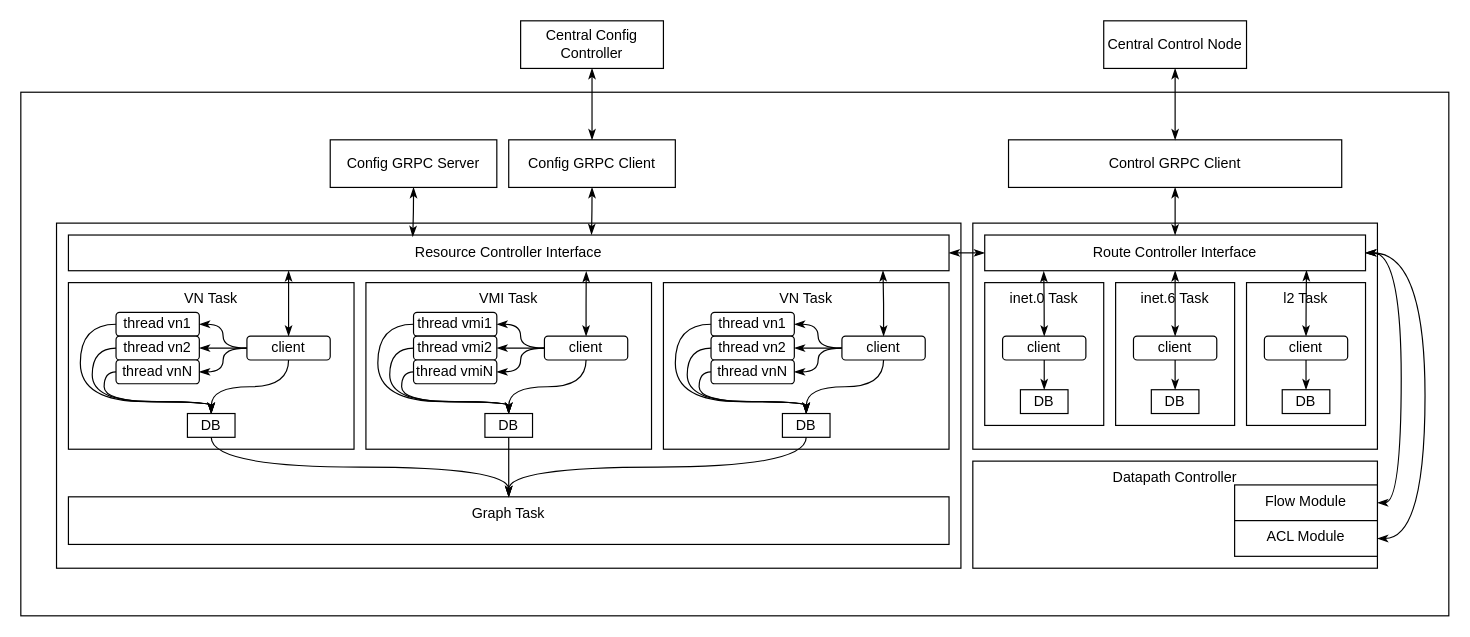
Above: Untitled Diagram.drawio in michaelhenkel/agent-ng (draw.io), before the change. Source tidied: cells renumbered, new cells numbered last; positions are measured from the earlier drawing's top-left corner, leaving out a move shared by most shapes. Both pictures are drawn from the tidied source at 119%, with x=0, y=0 at pixel (20, 20).
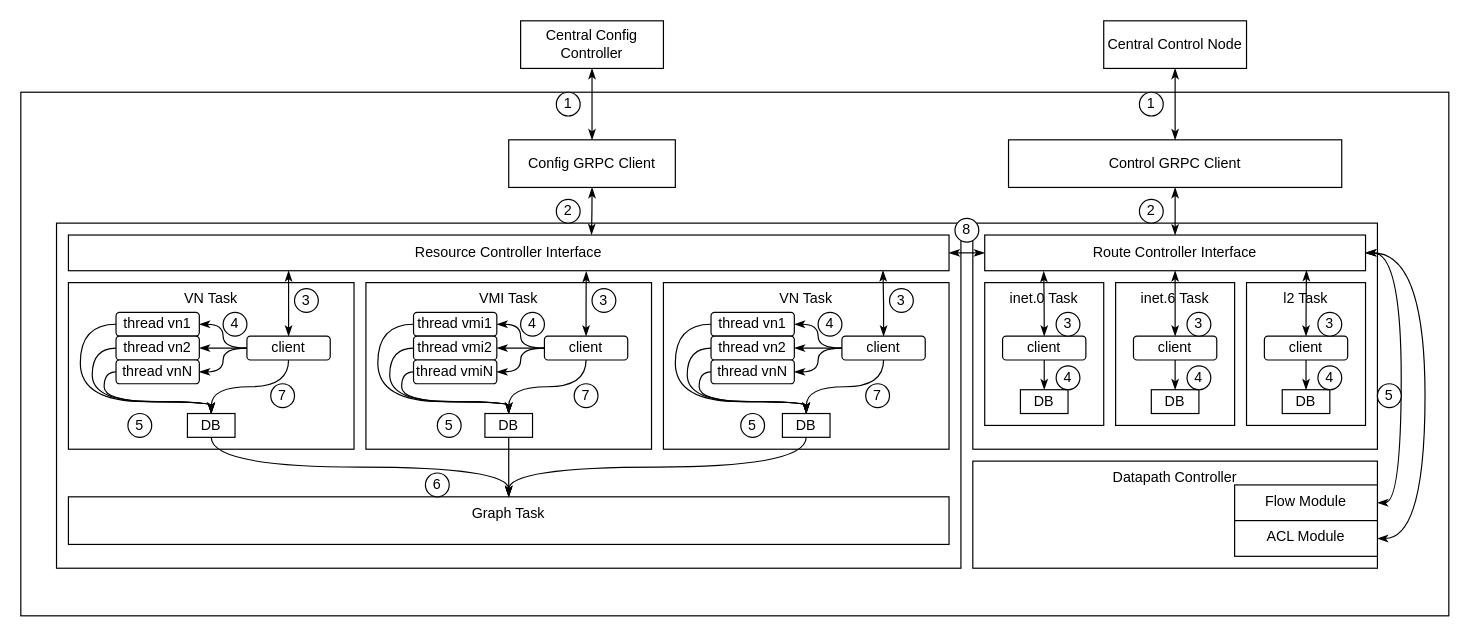
The same diagram, later.

Unchanged cells that the change refers to:
```xml
<mxCell id="70" value="&lt;span&gt;Resource Controller Interface&lt;/span&gt;" style="rounded=0;whiteSpace=wrap;html=1;" parent="1" vertex="1">
  <mxGeometry x="40" y="180" width="740" height="30" as="geometry" />
</mxCell>
```

Change to the diagram source:
```diff
@@
-    <mxCell id="76" style="edgeStyle=orthogonalEdgeStyle;curved=1;rounded=0;jettySize=auto;html=1;entryX=0.391;entryY=0.044;entryDx=0;entryDy=0;entryPerimeter=0;startArrow=classicThin;startFill=1;endArrow=classicThin;endFill=1;" parent="1" edge="1" source="77" target="70">
-      <mxGeometry relative="1" as="geometry" />
-    </mxCell>
-    <mxCell id="77" value="Config GRPC Server" style="rounded=0;whiteSpace=wrap;html=1;" parent="1" vertex="1">
-      <mxGeometry x="260" y="100" width="140" height="40" as="geometry" />
-    </mxCell>
@@
+    <mxCell id="84" value="1" style="ellipse;whiteSpace=wrap;html=1;" parent="1" vertex="1">
+      <mxGeometry x="450" y="60" width="20" height="20" as="geometry" />
+    </mxCell>
+    <mxCell id="85" value="2" style="ellipse;whiteSpace=wrap;html=1;" parent="1" vertex="1">
+      <mxGeometry x="450" y="150" width="20" height="20" as="geometry" />
+    </mxCell>
+    <mxCell id="86" value="3" style="ellipse;whiteSpace=wrap;html=1;" parent="1" vertex="1">
+      <mxGeometry x="230" y="225" width="20" height="20" as="geometry" />
+    </mxCell>
+    <mxCell id="87" value="3" style="ellipse;whiteSpace=wrap;html=1;" parent="1" vertex="1">
+      <mxGeometry x="480" y="225" width="20" height="20" as="geometry" />
+    </mxCell>
+    <mxCell id="88" value="3" style="ellipse;whiteSpace=wrap;html=1;" parent="1" vertex="1">
+      <mxGeometry x="730" y="225" width="20" height="20" as="geometry" />
+    </mxCell>
+    <mxCell id="89" value="4" style="ellipse;whiteSpace=wrap;html=1;" parent="1" vertex="1">
+      <mxGeometry x="170" y="245" width="20" height="20" as="geometry" />
+    </mxCell>
+    <mxCell id="90" value="4" style="ellipse;whiteSpace=wrap;html=1;" parent="1" vertex="1">
+      <mxGeometry x="420" y="245" width="20" height="20" as="geometry" />
+    </mxCell>
+    <mxCell id="91" value="4" style="ellipse;whiteSpace=wrap;html=1;" parent="1" vertex="1">
+      <mxGeometry x="670" y="245" width="20" height="20" as="geometry" />
+    </mxCell>
+    <mxCell id="92" value="5" style="ellipse;whiteSpace=wrap;html=1;" parent="1" vertex="1">
+      <mxGeometry x="90" y="330" width="20" height="20" as="geometry" />
+    </mxCell>
+    <mxCell id="93" value="5" style="ellipse;whiteSpace=wrap;html=1;" parent="1" vertex="1">
+      <mxGeometry x="350" y="330" width="20" height="20" as="geometry" />
+    </mxCell>
+    <mxCell id="94" value="5" style="ellipse;whiteSpace=wrap;html=1;" parent="1" vertex="1">
+      <mxGeometry x="605" y="330" width="20" height="20" as="geometry" />
+    </mxCell>
+    <mxCell id="95" value="6" style="ellipse;whiteSpace=wrap;html=1;" parent="1" vertex="1">
+      <mxGeometry x="340" y="380" width="20" height="20" as="geometry" />
+    </mxCell>
+    <mxCell id="96" value="7" style="ellipse;whiteSpace=wrap;html=1;" parent="1" vertex="1">
+      <mxGeometry x="210" y="305" width="20" height="20" as="geometry" />
+    </mxCell>
+    <mxCell id="97" value="7" style="ellipse;whiteSpace=wrap;html=1;" parent="1" vertex="1">
+      <mxGeometry x="465" y="305" width="20" height="20" as="geometry" />
+    </mxCell>
+    <mxCell id="98" value="7" style="ellipse;whiteSpace=wrap;html=1;" parent="1" vertex="1">
+      <mxGeometry x="710" y="305" width="20" height="20" as="geometry" />
+    </mxCell>
+    <mxCell id="99" value="8" style="ellipse;whiteSpace=wrap;html=1;" parent="1" vertex="1">
+      <mxGeometry x="785" y="166" width="20" height="20" as="geometry" />
+    </mxCell>
+    <mxCell id="100" value="1" style="ellipse;whiteSpace=wrap;html=1;" parent="1" vertex="1">
+      <mxGeometry x="940" y="60" width="20" height="20" as="geometry" />
+    </mxCell>
+    <mxCell id="101" value="2" style="ellipse;whiteSpace=wrap;html=1;" parent="1" vertex="1">
+      <mxGeometry x="940" y="150" width="20" height="20" as="geometry" />
+    </mxCell>
+    <mxCell id="102" value="3" style="ellipse;whiteSpace=wrap;html=1;" parent="1" vertex="1">
+      <mxGeometry x="870" y="245" width="20" height="20" as="geometry" />
+    </mxCell>
+    <mxCell id="103" value="3" style="ellipse;whiteSpace=wrap;html=1;" parent="1" vertex="1">
+      <mxGeometry x="980" y="245" width="20" height="20" as="geometry" />
+    </mxCell>
+    <mxCell id="104" value="3" style="ellipse;whiteSpace=wrap;html=1;" parent="1" vertex="1">
+      <mxGeometry x="1090" y="245" width="20" height="20" as="geometry" />
+    </mxCell>
+    <mxCell id="105" value="4" style="ellipse;whiteSpace=wrap;html=1;" parent="1" vertex="1">
+      <mxGeometry x="1090" y="290" width="20" height="20" as="geometry" />
+    </mxCell>
+    <mxCell id="106" value="4" style="ellipse;whiteSpace=wrap;html=1;" parent="1" vertex="1">
+      <mxGeometry x="980" y="290" width="20" height="20" as="geometry" />
+    </mxCell>
+    <mxCell id="107" value="4" style="ellipse;whiteSpace=wrap;html=1;" parent="1" vertex="1">
+      <mxGeometry x="870" y="290" width="20" height="20" as="geometry" />
+    </mxCell>
+    <mxCell id="108" value="5" style="ellipse;whiteSpace=wrap;html=1;" parent="1" vertex="1">
+      <mxGeometry x="1140" y="305" width="20" height="20" as="geometry" />
+    </mxCell>
```
